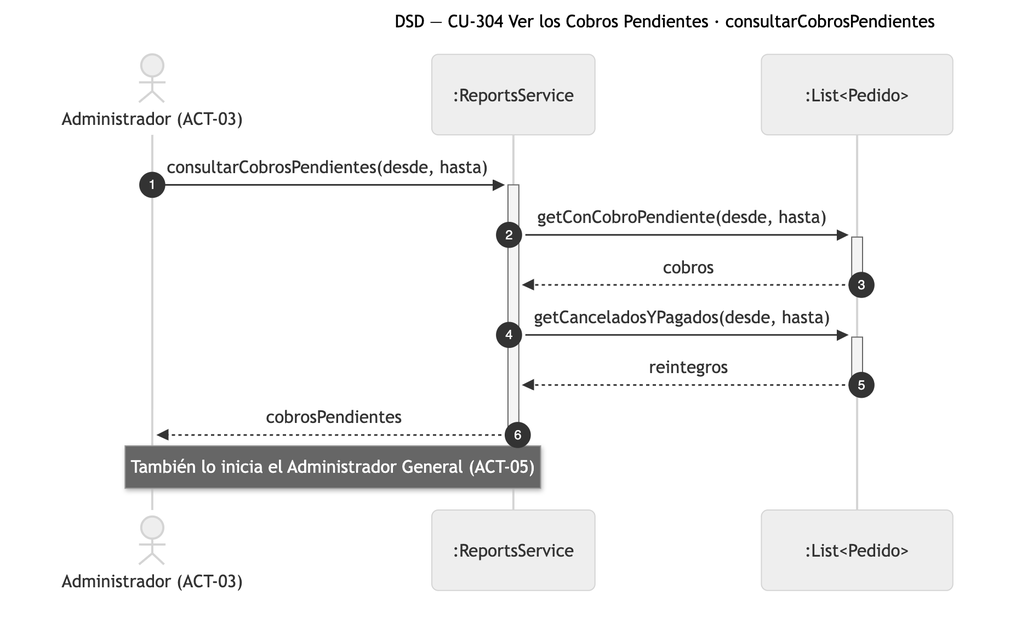
The Mermaid diagram diagramas/png/DSD_CU-304_consultarCobrosPendientes.png in Nahuelito-Dev/splg-docs, before a commit. Its source is kept beside it as diagramas/DSD_CU-304_consultarCobrosPendientes.mmd. Its diagram source:
```mermaid
sequenceDiagram
    title DSD — CU-304 Ver los Cobros Pendientes · consultarCobrosPendientes
    autonumber
    actor ADM as Administrador (ACT-03)
    participant SRV as :ReportsService
    participant PEDS as :List#lt;Pedido#gt;

    ADM->>+SRV: consultarCobrosPendientes(desde, hasta)
    SRV->>+PEDS: getConCobroPendiente(desde, hasta)
    PEDS-->>-SRV: cobros
    SRV->>+PEDS: getCanceladosYPagados(desde, hasta)
    PEDS-->>-SRV: reintegros
    SRV-->>-ADM: cobrosPendientes
    Note over ADM,SRV: También lo inicia el Administrador General (ACT-05)
```
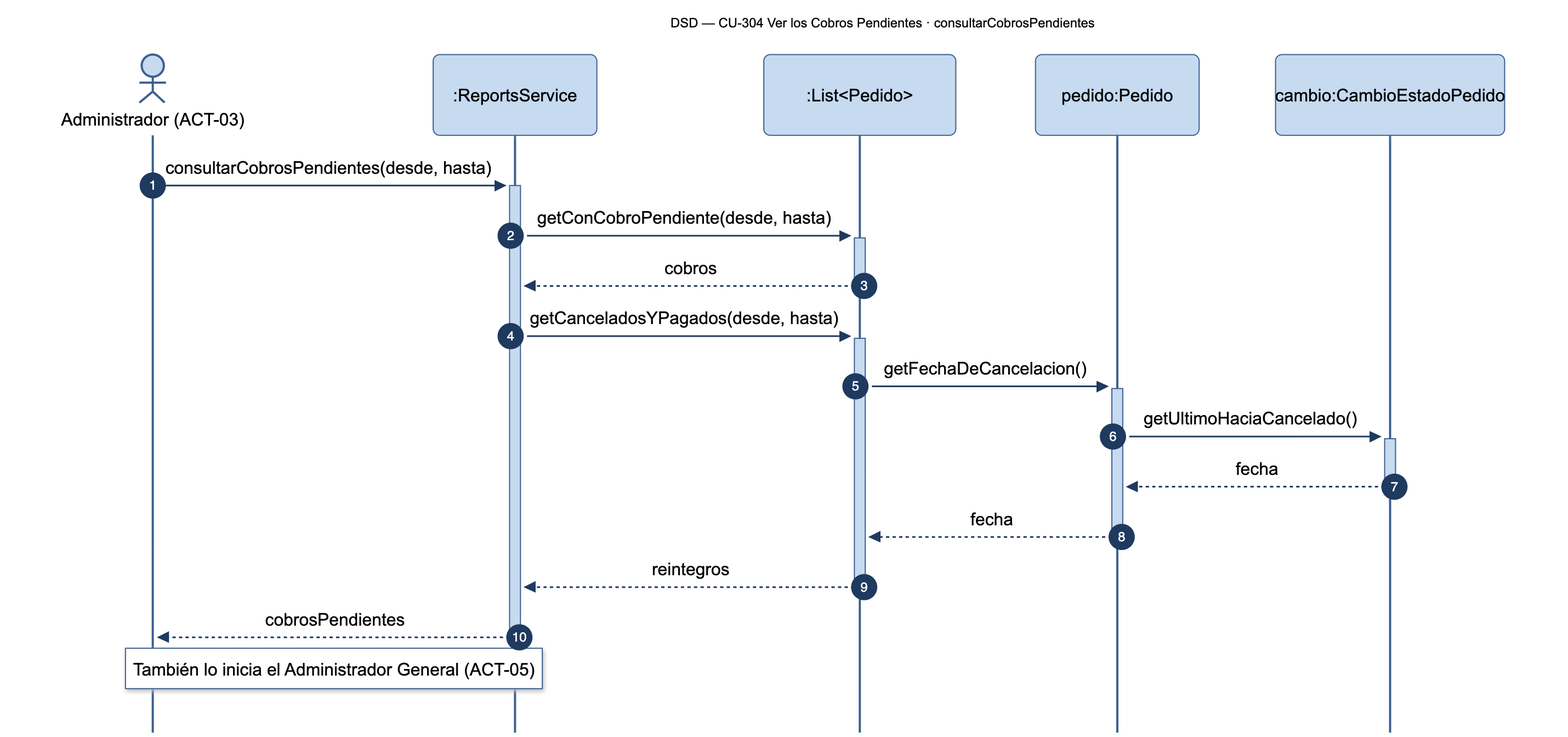
After the change.

Change to the diagram source:
```diff
@@ -4,11 +4,17 @@
     actor ADM as Administrador (ACT-03)
     participant SRV as :ReportsService
     participant PEDS as :List#lt;Pedido#gt;
+    participant PED as pedido:Pedido
+    participant CAM as cambio:CambioEstadoPedido
 
     ADM->>+SRV: consultarCobrosPendientes(desde, hasta)
     SRV->>+PEDS: getConCobroPendiente(desde, hasta)
     PEDS-->>-SRV: cobros
     SRV->>+PEDS: getCanceladosYPagados(desde, hasta)
+    PEDS->>+PED: getFechaDeCancelacion()
+    PED->>+CAM: getUltimoHaciaCancelado()
+    CAM-->>-PED: fecha
+    PED-->>-PEDS: fecha
     PEDS-->>-SRV: reintegros
     SRV-->>-ADM: cobrosPendientes
     Note over ADM,SRV: También lo inicia el Administrador General (ACT-05)
```
